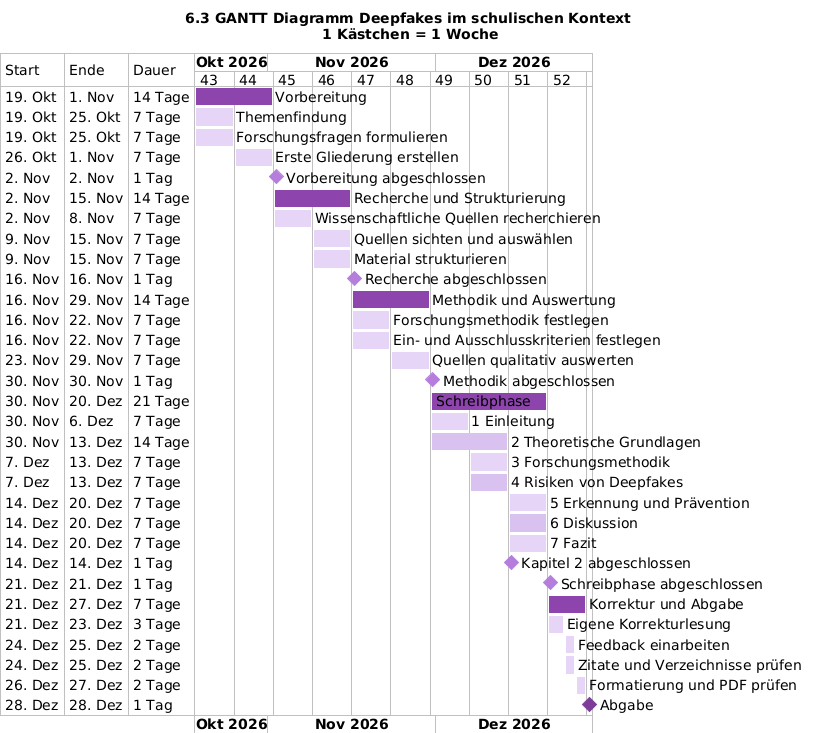
The PlantUML diagram Module/1./GANTT Diagramm Aufgabe 6.3_aktuell.png in Halllllluuuuuu/Studium, before a commit. Its diagram source:
```plantuml
@startgantt
title 6.3 GANTT Diagramm Deepfakes im schulischen Kontext \n1 Kästchen = 1 Woche

skinparam defaultFontName Arial
skinparam defaultFontSize 14

printscale weekly

Language de

Project starts 2026-10-19

[Vorbereitung] starts 2026-10-19 and lasts 14 days
[Vorbereitung] is colored in #8E44AD

[Themenfindung] starts 2026-10-19 and lasts 7 days
[Themenfindung] is colored in #E6D5F7

[Forschungsfragen formulieren] starts 2026-10-19 and lasts 7 days
[Forschungsfragen formulieren] is colored in #E6D5F7

[Erste Gliederung erstellen] starts 2026-10-26 and lasts 7 days
[Erste Gliederung erstellen] is colored in #E6D5F7

[Vorbereitung abgeschlossen] happens at 2026-11-02
[Vorbereitung abgeschlossen] is colored in #B57EDC


[Recherche und Strukturierung] starts 2026-11-02 and lasts 14 days
[Recherche und Strukturierung] is colored in #8E44AD

[Wissenschaftliche Quellen recherchieren] starts 2026-11-02 and lasts 7 days
[Wissenschaftliche Quellen recherchieren] is colored in #E6D5F7

[Quellen sichten und auswählen] starts 2026-11-09 and lasts 7 days
[Quellen sichten und auswählen] is colored in #E6D5F7

[Material strukturieren] starts 2026-11-09 and lasts 7 days
[Material strukturieren] is colored in #E6D5F7

[Recherche abgeschlossen] happens at 2026-11-16
[Recherche abgeschlossen] is colored in #B57EDC


[Methodik und Auswertung] starts 2026-11-16 and lasts 14 days
[Methodik und Auswertung] is colored in #8E44AD

[Forschungsmethodik festlegen] starts 2026-11-16 and lasts 7 days
[Forschungsmethodik festlegen] is colored in #E6D5F7

[Ein- und Ausschlusskriterien festlegen] starts 2026-11-16 and lasts 7 days
[Ein- und Ausschlusskriterien festlegen] is colored in #E6D5F7

[Quellen qualitativ auswerten] starts 2026-11-23 and lasts 7 days
[Quellen qualitativ auswerten] is colored in #E6D5F7

[Methodik abgeschlossen] happens at 2026-11-30
[Methodik abgeschlossen] is colored in #B57EDC


[Schreibphase] starts 2026-11-30 and lasts 21 days
[Schreibphase] is colored in #8E44AD

[1 Einleitung] starts 2026-11-30 and lasts 7 days
[1 Einleitung] is colored in #E6D5F7

[2 Theoretische Grundlagen] starts 2026-11-30 and lasts 14 days
[2 Theoretische Grundlagen] is colored in #D9C2F0

[3 Forschungsmethodik] starts 2026-12-07 and lasts 7 days
[3 Forschungsmethodik] is colored in #E6D5F7

[4 Risiken von Deepfakes] starts 2026-12-07 and lasts 7 days
[4 Risiken von Deepfakes] is colored in #D9C2F0

[5 Erkennung und Prävention] starts 2026-12-14 and lasts 7 days
[5 Erkennung und Prävention] is colored in #E6D5F7

[6 Diskussion] starts 2026-12-14 and lasts 7 days
[6 Diskussion] is colored in #D9C2F0

[7 Fazit] starts 2026-12-14 and lasts 7 days
[7 Fazit] is colored in #E6D5F7

[Kapitel 2 abgeschlossen] happens at 2026-12-14
[Kapitel 2 abgeschlossen] is colored in #B57EDC

[Schreibphase abgeschlossen] happens at 2026-12-21
[Schreibphase abgeschlossen] is colored in #B57EDC


[Korrektur und Abgabe] starts 2026-12-21 and lasts 7 days
[Korrektur und Abgabe] is colored in #8E44AD

[Eigene Korrekturlesung] starts 2026-12-21 and lasts 3 days
[Eigene Korrekturlesung] is colored in #E6D5F7

[Feedback einarbeiten] starts 2026-12-24 and lasts 2 days
[Feedback einarbeiten] is colored in #E6D5F7

[Zitate und Verzeichnisse prüfen] starts 2026-12-24 and lasts 2 days
[Zitate und Verzeichnisse prüfen] is colored in #E6D5F7

[Formatierung und PDF prüfen] starts 2026-12-26 and lasts 2 days
[Formatierung und PDF prüfen] is colored in #E6D5F7

[Abgabe] happens at 2026-12-28
[Abgabe] is colored in #7D3C98

@endgantt
```
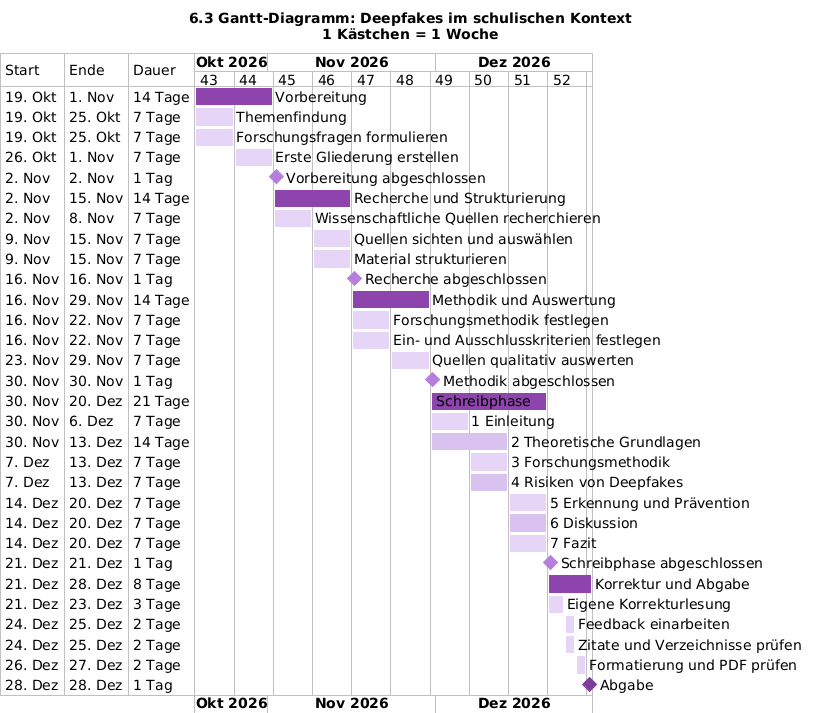
Later version of the same file.

The edit, as a diff of the source:
```diff
@@ -1,5 +1,5 @@
 @startgantt
-title 6.3 GANTT Diagramm Deepfakes im schulischen Kontext \n1 Kästchen = 1 Woche
+title 6.3 Gantt-Diagramm: Deepfakes im schulischen Kontext\n1 Kästchen = 1 Woche
 
 skinparam defaultFontName Arial
 skinparam defaultFontSize 14
@@ -82,14 +82,11 @@
 [7 Fazit] starts 2026-12-14 and lasts 7 days
 [7 Fazit] is colored in #E6D5F7
 
-[Kapitel 2 abgeschlossen] happens at 2026-12-14
-[Kapitel 2 abgeschlossen] is colored in #B57EDC
-
 [Schreibphase abgeschlossen] happens at 2026-12-21
 [Schreibphase abgeschlossen] is colored in #B57EDC
 
 
-[Korrektur und Abgabe] starts 2026-12-21 and lasts 7 days
+[Korrektur und Abgabe] starts 2026-12-21 and lasts 8 days
 [Korrektur und Abgabe] is colored in #8E44AD
 
 [Eigene Korrekturlesung] starts 2026-12-21 and lasts 3 days
```
